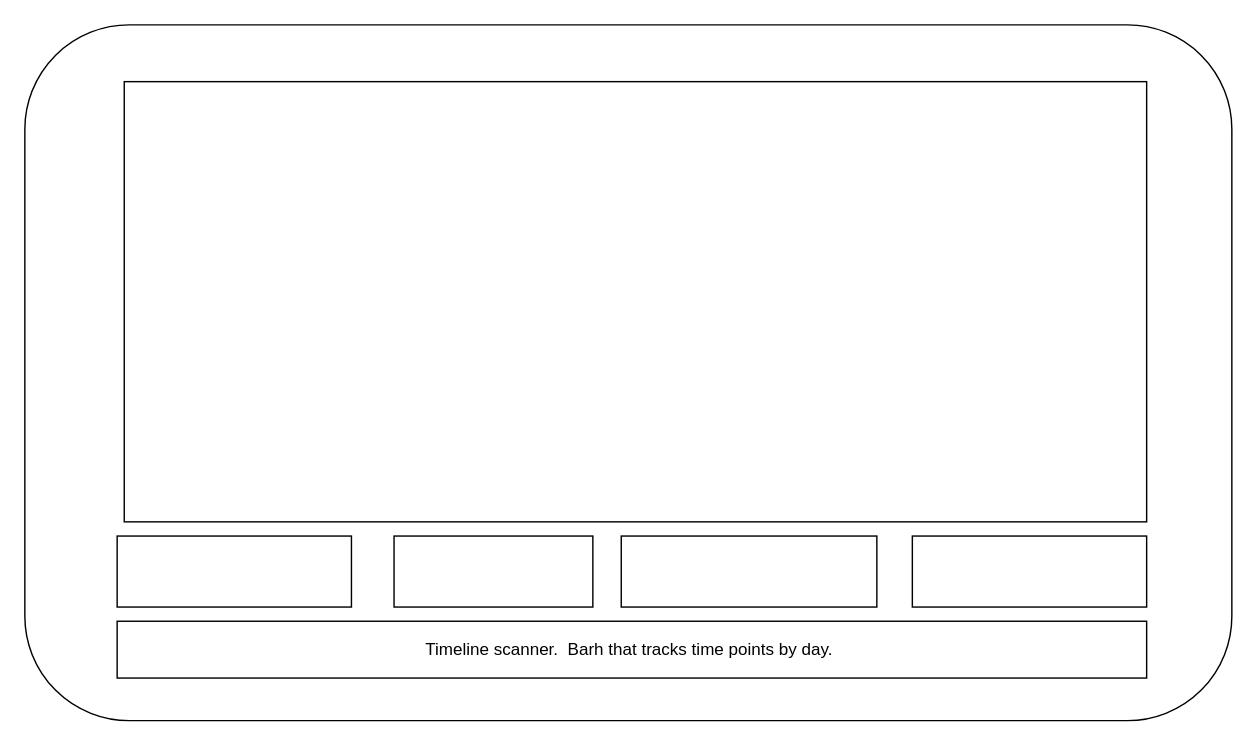
This is scripts/buyhousing/map_res.drawio from Landcruiser87/housing_search, a draw.io file, before an edit. Source tidied: cells renumbered, new cells numbered last; positions are measured from the earlier drawing's top-left corner, leaving out a move shared by most shapes. Both pictures are drawn from the tidied source at 142%, with x=0, y=0 at pixel (24, 24).
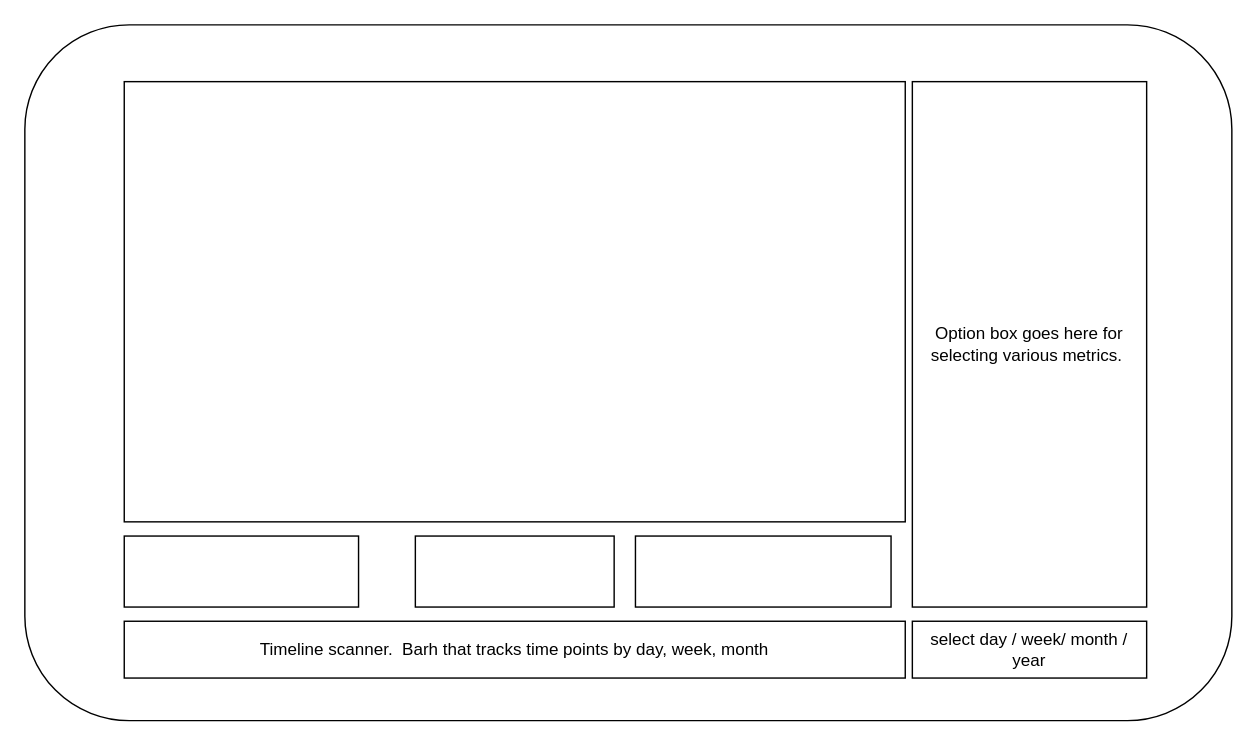
Above is the later version.

Change to the diagram source:
```diff
@@
 <mxGraphModel>
   <root>
     <mxCell id="0" />
     <mxCell id="1" parent="0" />
     <mxCell id="2" style="rounded=1;whiteSpace=wrap;html=1;" parent="1" vertex="1">
       <mxGeometry width="850" height="490" as="geometry" />
     </mxCell>
-    <mxCell id="3" value="Timeline scanner.&amp;nbsp; Barh that tracks time points by day.&amp;nbsp;" style="rounded=0;whiteSpace=wrap;html=1;" parent="1" vertex="1">
-      <mxGeometry x="65" y="420" width="725" height="40" as="geometry" />
+    <mxCell id="3" value="Timeline scanner.&amp;nbsp; Barh that tracks time points by day, week, month" style="rounded=0;whiteSpace=wrap;html=1;" parent="1" vertex="1">
+      <mxGeometry x="70" y="420" width="550" height="40" as="geometry" />
     </mxCell>
     <mxCell id="4" style="rounded=0;whiteSpace=wrap;html=1;" parent="1" vertex="1">
-      <mxGeometry x="260" y="360" width="140" height="50" as="geometry" />
+      <mxGeometry x="275" y="360" width="140" height="50" as="geometry" />
     </mxCell>
     <mxCell id="5" style="rounded=0;whiteSpace=wrap;html=1;" parent="1" vertex="1">
-      <mxGeometry x="65" y="360" width="165" height="50" as="geometry" />
+      <mxGeometry x="70" y="360" width="165" height="50" as="geometry" />
     </mxCell>
     <mxCell id="6" style="rounded=0;whiteSpace=wrap;html=1;" parent="1" vertex="1">
-      <mxGeometry x="70" y="40" width="720" height="310" as="geometry" />
+      <mxGeometry x="70" y="40" width="550" height="310" as="geometry" />
     </mxCell>
     <mxCell id="7" style="rounded=0;whiteSpace=wrap;html=1;" parent="1" vertex="1">
-      <mxGeometry x="420" y="360" width="180" height="50" as="geometry" />
+      <mxGeometry x="430" y="360" width="180" height="50" as="geometry" />
     </mxCell>
-    <mxCell id="8" style="rounded=0;whiteSpace=wrap;html=1;" parent="1" vertex="1">
-      <mxGeometry x="625" y="360" width="165" height="50" as="geometry" />
+    <mxCell id="8" value="Option box goes here for selecting various metrics.&amp;nbsp;" style="rounded=0;whiteSpace=wrap;html=1;" parent="1" vertex="1">
+      <mxGeometry x="625" y="40" width="165" height="370" as="geometry" />
     </mxCell>
+    <mxCell id="9" value="select day / week/ month / year" style="rounded=0;whiteSpace=wrap;html=1;" parent="1" vertex="1">
+      <mxGeometry x="625" y="420" width="165" height="40" as="geometry" />
+    </mxCell>
   </root>
 </mxGraphModel>
```
